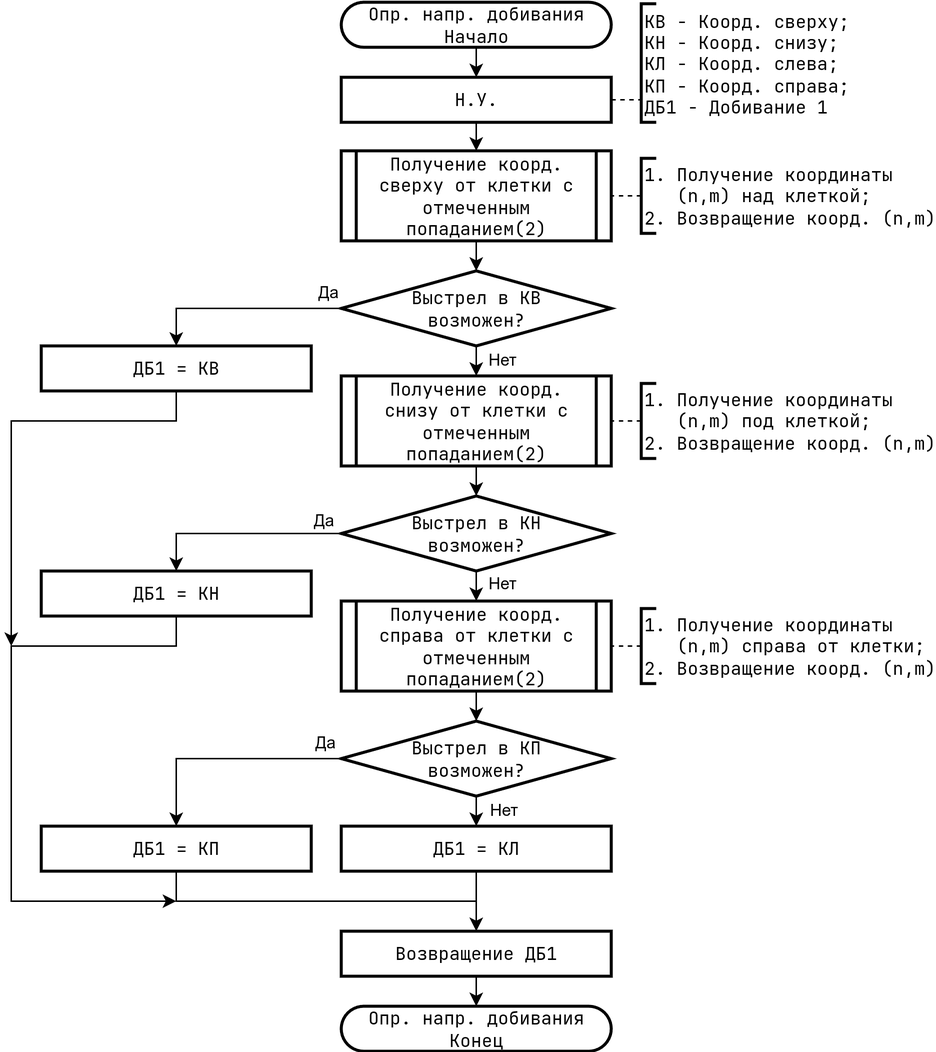
Above: labs/AutomataTheory/lab3/pics/flowchart_dob.png in smileyfaceskobochka/CompSci (draw.io), before the change. Source tidied: cells renumbered, new cells last; positions are measured from the earlier drawing's top-left corner, leaving out a move shared by most shapes.
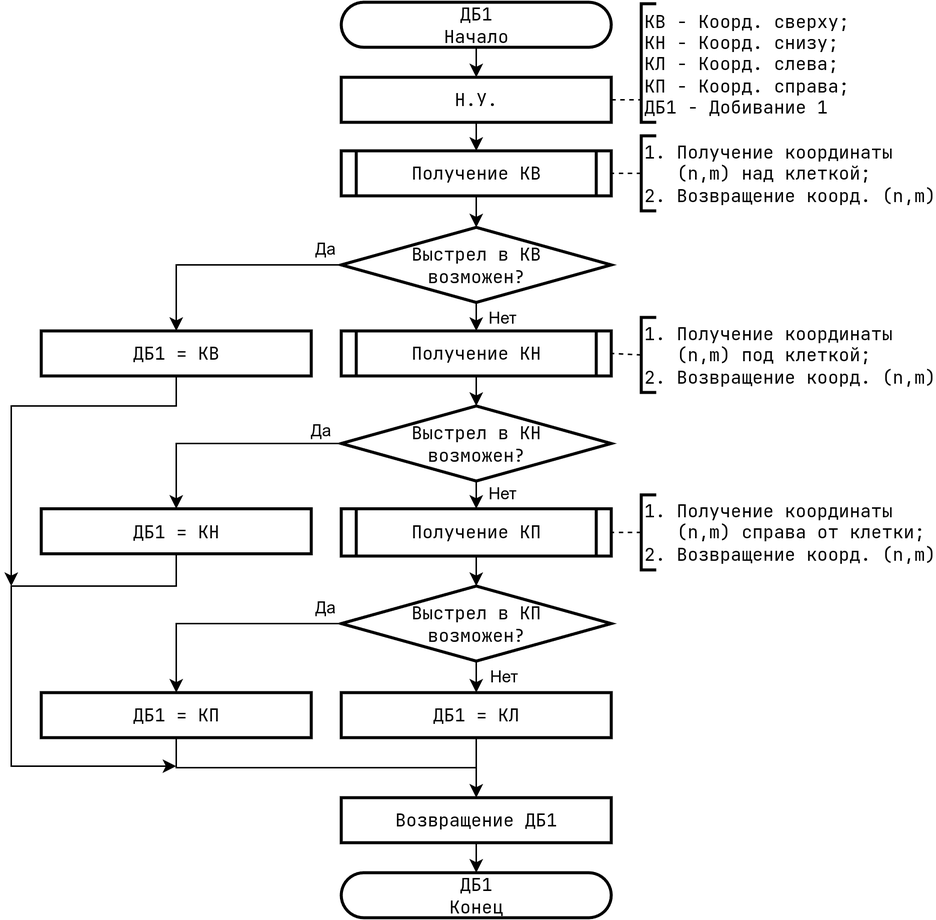
After the commit.

Change to the diagram source:
```diff
@@ -5,11 +5,11 @@
     <mxCell id="2" style="edgeStyle=orthogonalEdgeStyle;rounded=0;jettySize=auto;html=1;exitX=0.5;exitY=1;exitDx=0;exitDy=0;entryX=0.5;entryY=0;entryDx=0;entryDy=0;" parent="1" edge="1" source="3" target="6">
       <mxGeometry relative="1" as="geometry" />
     </mxCell>
-    <mxCell id="3" value="Опр. напр. добивания&lt;br&gt;Начало" style="rounded=1;whiteSpace=wrap;html=1;arcSize=50;fontFamily=JetBrainsMono Nerd Font;fontStyle=0;fontSize=12;strokeWidth=2;" parent="1" vertex="1">
+    <mxCell id="3" value="ДБ1&lt;br&gt;Начало" style="rounded=1;whiteSpace=wrap;html=1;arcSize=50;fontFamily=JetBrainsMono Nerd Font;fontStyle=0;fontSize=12;strokeWidth=2;" parent="1" vertex="1">
       <mxGeometry x="220" width="180" height="30" as="geometry" />
     </mxCell>
-    <mxCell id="4" value="Опр. напр. добивания&lt;br&gt;Конец" style="rounded=1;whiteSpace=wrap;html=1;arcSize=50;fontFamily=JetBrainsMono Nerd Font;fontStyle=0;fontSize=12;strokeWidth=2;" parent="1" vertex="1">
-      <mxGeometry x="220" y="669" width="180" height="30" as="geometry" />
+    <mxCell id="4" value="ДБ1&lt;br&gt;Конец" style="rounded=1;whiteSpace=wrap;html=1;arcSize=50;fontFamily=JetBrainsMono Nerd Font;fontStyle=0;fontSize=12;strokeWidth=2;" parent="1" vertex="1">
+      <mxGeometry x="220" y="580" width="180" height="30" as="geometry" />
     </mxCell>
     <mxCell id="5" style="edgeStyle=orthogonalEdgeStyle;rounded=0;jettySize=auto;html=1;exitX=0.5;exitY=1;exitDx=0;exitDy=0;entryX=0.5;entryY=0;entryDx=0;entryDy=0;" parent="1" edge="1" source="6" target="7">
       <mxGeometry relative="1" as="geometry" />
@@ -17,8 +17,8 @@
     <mxCell id="6" value="Н.У." style="rounded=0;whiteSpace=wrap;html=1;strokeWidth=2;fontFamily=JetBrainsMono Nerd Font;fontSize=12;" parent="1" vertex="1">
       <mxGeometry x="220" y="50" width="180" height="30" as="geometry" />
     </mxCell>
-    <mxCell id="7" value="Получение коорд. сверху от клетки с отмеченным попаданием(2)" style="shape=process;whiteSpace=wrap;html=1;backgroundOutline=1;strokeWidth=2;size=0.05555555555555555;fontSize=12;fontFamily=JetBrainsMono Nerd Font;" parent="1" vertex="1">
-      <mxGeometry x="220" y="99" width="180" height="60" as="geometry" />
+    <mxCell id="7" value="Получение КВ" style="shape=process;whiteSpace=wrap;html=1;backgroundOutline=1;strokeWidth=2;size=0.05555555555555555;fontSize=12;fontFamily=JetBrainsMono Nerd Font;" parent="1" vertex="1">
+      <mxGeometry x="220" y="99" width="180" height="30" as="geometry" />
     </mxCell>
     <mxCell id="8" style="edgeStyle=orthogonalEdgeStyle;rounded=0;jettySize=auto;html=1;exitX=0.5;exitY=1;exitDx=0;exitDy=0;exitPerimeter=0;entryX=0.5;entryY=0;entryDx=0;entryDy=0;" parent="1" edge="1" source="12" target="16">
       <mxGeometry relative="1" as="geometry" />
@@ -37,7 +37,7 @@
       </mxGeometry>
     </mxCell>
     <mxCell id="12" value="Выстрел в КВ&lt;br&gt;возможен?" style="strokeWidth=2;html=1;shape=mxgraph.flowchart.decision;whiteSpace=wrap;fontFamily=JetBrainsMono Nerd Font;fontSize=12;" parent="1" vertex="1">
-      <mxGeometry x="220" y="179" width="180" height="50" as="geometry" />
+      <mxGeometry x="220" y="150" width="180" height="50" as="geometry" />
     </mxCell>
     <mxCell id="13" value="КВ - Коорд. сверху;&lt;br&gt;КН - Коорд. снизу;&lt;br&gt;КЛ - Коорд. слева;&lt;br&gt;КП - Коорд. справа;&lt;br&gt;ДБ1 - Добивание 1" style="strokeWidth=2;html=1;shape=mxgraph.flowchart.annotation_1;align=left;fontFamily=JetBrainsMono Nerd Font;" parent="1" vertex="1">
       <mxGeometry x="420" y="1" width="10" height="79" as="geometry" />
@@ -48,8 +48,8 @@
     <mxCell id="15" style="edgeStyle=orthogonalEdgeStyle;rounded=0;jettySize=auto;html=1;exitX=0.5;exitY=1;exitDx=0;exitDy=0;entryX=0.5;entryY=0;entryDx=0;entryDy=0;entryPerimeter=0;" parent="1" edge="1" source="7" target="12">
       <mxGeometry relative="1" as="geometry" />
     </mxCell>
-    <mxCell id="16" value="Получение коорд. снизу от клетки с отмеченным попаданием(2)" style="shape=process;whiteSpace=wrap;html=1;backgroundOutline=1;strokeWidth=2;size=0.05555555555555555;fontSize=12;fontFamily=JetBrainsMono Nerd Font;" parent="1" vertex="1">
-      <mxGeometry x="220" y="249" width="180" height="60" as="geometry" />
+    <mxCell id="16" value="Получение КН" style="shape=process;whiteSpace=wrap;html=1;backgroundOutline=1;strokeWidth=2;size=0.05555555555555555;fontSize=12;fontFamily=JetBrainsMono Nerd Font;" parent="1" vertex="1">
+      <mxGeometry x="220" y="219" width="180" height="30" as="geometry" />
     </mxCell>
     <mxCell id="17" style="edgeStyle=orthogonalEdgeStyle;rounded=0;jettySize=auto;html=1;exitX=0.5;exitY=1;exitDx=0;exitDy=0;exitPerimeter=0;entryX=0.5;entryY=0;entryDx=0;entryDy=0;" parent="1" edge="1" source="21" target="23">
       <mxGeometry relative="1" as="geometry" />
@@ -68,13 +68,13 @@
       </mxGeometry>
     </mxCell>
     <mxCell id="21" value="Выстрел в КН&lt;br&gt;возможен?" style="strokeWidth=2;html=1;shape=mxgraph.flowchart.decision;whiteSpace=wrap;fontFamily=JetBrainsMono Nerd Font;fontSize=12;" parent="1" vertex="1">
-      <mxGeometry x="220" y="329" width="180" height="50" as="geometry" />
+      <mxGeometry x="220" y="269" width="180" height="50" as="geometry" />
     </mxCell>
     <mxCell id="22" style="edgeStyle=orthogonalEdgeStyle;rounded=0;jettySize=auto;html=1;exitX=0.5;exitY=1;exitDx=0;exitDy=0;entryX=0.5;entryY=0;entryDx=0;entryDy=0;entryPerimeter=0;" parent="1" edge="1" source="16" target="21">
       <mxGeometry relative="1" as="geometry" />
     </mxCell>
-    <mxCell id="23" value="Получение коорд. справа от клетки с отмеченным попаданием(2)" style="shape=process;whiteSpace=wrap;html=1;backgroundOutline=1;strokeWidth=2;size=0.05555555555555555;fontSize=12;fontFamily=JetBrainsMono Nerd Font;" parent="1" vertex="1">
-      <mxGeometry x="220" y="399" width="180" height="60" as="geometry" />
+    <mxCell id="23" value="Получение КП" style="shape=process;whiteSpace=wrap;html=1;backgroundOutline=1;strokeWidth=2;size=0.05555555555555555;fontSize=12;fontFamily=JetBrainsMono Nerd Font;" parent="1" vertex="1">
+      <mxGeometry x="220" y="337.5" width="180" height="31.5" as="geometry" />
     </mxCell>
     <mxCell id="24" style="edgeStyle=orthogonalEdgeStyle;rounded=0;jettySize=auto;html=1;exitX=0.5;exitY=1;exitDx=0;exitDy=0;exitPerimeter=0;entryX=0.5;entryY=0;entryDx=0;entryDy=0;" parent="1" edge="1" source="28" target="31">
       <mxGeometry relative="1" as="geometry" />
@@ -93,7 +93,7 @@
       </mxGeometry>
     </mxCell>
     <mxCell id="28" value="Выстрел в КП&lt;br&gt;возможен?" style="strokeWidth=2;html=1;shape=mxgraph.flowchart.decision;whiteSpace=wrap;fontFamily=JetBrainsMono Nerd Font;fontSize=12;" parent="1" vertex="1">
-      <mxGeometry x="220" y="479" width="180" height="50" as="geometry" />
+      <mxGeometry x="220" y="389" width="180" height="50" as="geometry" />
     </mxCell>
     <mxCell id="29" style="edgeStyle=orthogonalEdgeStyle;rounded=0;jettySize=auto;html=1;exitX=0.5;exitY=1;exitDx=0;exitDy=0;entryX=0.5;entryY=0;entryDx=0;entryDy=0;entryPerimeter=0;" parent="1" edge="1" source="23" target="28">
       <mxGeometry relative="1" as="geometry" />
@@ -102,67 +102,67 @@
       <mxGeometry relative="1" as="geometry" />
     </mxCell>
     <mxCell id="31" value="ДБ1 = КЛ" style="rounded=0;whiteSpace=wrap;html=1;strokeWidth=2;fontFamily=JetBrainsMono Nerd Font;fontSize=12;" parent="1" vertex="1">
-      <mxGeometry x="220" y="549" width="180" height="30" as="geometry" />
+      <mxGeometry x="220" y="460" width="180" height="30" as="geometry" />
     </mxCell>
     <mxCell id="32" style="edgeStyle=orthogonalEdgeStyle;rounded=0;jettySize=auto;html=1;exitX=0.5;exitY=1;exitDx=0;exitDy=0;entryX=0.5;entryY=0;entryDx=0;entryDy=0;" parent="1" edge="1" source="33" target="4">
       <mxGeometry relative="1" as="geometry" />
     </mxCell>
     <mxCell id="33" value="Возвращение ДБ1" style="rounded=0;whiteSpace=wrap;html=1;strokeWidth=2;fontFamily=JetBrainsMono Nerd Font;fontSize=12;" parent="1" vertex="1">
-      <mxGeometry x="220" y="619" width="180" height="30" as="geometry" />
+      <mxGeometry x="220" y="530" width="180" height="30" as="geometry" />
     </mxCell>
     <mxCell id="34" style="edgeStyle=orthogonalEdgeStyle;rounded=0;jettySize=auto;html=1;exitX=0.5;exitY=1;exitDx=0;exitDy=0;" parent="1" edge="1" source="35">
       <mxGeometry relative="1" as="geometry">
-        <mxPoint y="429" as="targetPoint" />
+        <mxPoint y="389" as="targetPoint" />
         <Array as="points">
-          <mxPoint x="110" y="279" />
-          <mxPoint y="279" />
+          <mxPoint x="110" y="269" />
+          <mxPoint y="269" />
         </Array>
       </mxGeometry>
     </mxCell>
     <mxCell id="35" value="ДБ1 = КВ" style="rounded=0;whiteSpace=wrap;html=1;strokeWidth=2;fontFamily=JetBrainsMono Nerd Font;fontSize=12;" parent="1" vertex="1">
-      <mxGeometry x="20" y="229" width="180" height="30" as="geometry" />
+      <mxGeometry x="20" y="219" width="180" height="30" as="geometry" />
     </mxCell>
     <mxCell id="36" style="edgeStyle=orthogonalEdgeStyle;rounded=0;jettySize=auto;html=1;exitX=0.5;exitY=1;exitDx=0;exitDy=0;" parent="1" edge="1" source="37">
       <mxGeometry relative="1" as="geometry">
-        <mxPoint x="110" y="599" as="targetPoint" />
+        <mxPoint x="110" y="509" as="targetPoint" />
         <Array as="points">
-          <mxPoint x="110" y="429" />
-          <mxPoint y="429" />
-          <mxPoint y="599" />
+          <mxPoint x="110" y="389" />
+          <mxPoint y="389" />
+          <mxPoint y="509" />
         </Array>
       </mxGeometry>
     </mxCell>
     <mxCell id="37" value="ДБ1 = КН" style="rounded=0;whiteSpace=wrap;html=1;strokeWidth=2;fontFamily=JetBrainsMono Nerd Font;fontSize=12;" parent="1" vertex="1">
-      <mxGeometry x="20" y="379" width="180" height="30" as="geometry" />
+      <mxGeometry x="20" y="337.5" width="180" height="30" as="geometry" />
     </mxCell>
     <mxCell id="38" style="edgeStyle=orthogonalEdgeStyle;rounded=0;jettySize=auto;html=1;exitX=0.5;exitY=1;exitDx=0;exitDy=0;entryX=0.5;entryY=0;entryDx=0;entryDy=0;" parent="1" edge="1" source="39" target="33">
       <mxGeometry relative="1" as="geometry">
         <Array as="points">
-          <mxPoint x="110" y="599" />
-          <mxPoint x="310" y="599" />
+          <mxPoint x="110" y="510" />
+          <mxPoint x="310" y="510" />
         </Array>
       </mxGeometry>
     </mxCell>
     <mxCell id="39" value="ДБ1 = КП" style="rounded=0;whiteSpace=wrap;html=1;strokeWidth=2;fontFamily=JetBrainsMono Nerd Font;fontSize=12;" parent="1" vertex="1">
-      <mxGeometry x="20" y="549" width="180" height="30" as="geometry" />
+      <mxGeometry x="20" y="460" width="180" height="30" as="geometry" />
     </mxCell>
     <mxCell id="40" style="rounded=0;jettySize=auto;html=1;exitX=0;exitY=0.5;exitDx=0;exitDy=0;exitPerimeter=0;entryX=1;entryY=0.5;entryDx=0;entryDy=0;dashed=1;endArrow=none;endFill=0;" parent="1" edge="1" source="41" target="7">
       <mxGeometry relative="1" as="geometry" />
     </mxCell>
     <mxCell id="41" value="1. Получение координаты &lt;br&gt;&amp;nbsp; &amp;nbsp;(n,m) над клеткой;&lt;br&gt;2. Возвращение коорд. (n,m)" style="strokeWidth=2;html=1;shape=mxgraph.flowchart.annotation_1;align=left;fontFamily=JetBrainsMono Nerd Font;" parent="1" vertex="1">
-      <mxGeometry x="420" y="104" width="10" height="50" as="geometry" />
+      <mxGeometry x="420" y="89" width="10" height="50" as="geometry" />
     </mxCell>
     <mxCell id="42" style="rounded=0;jettySize=auto;html=1;exitX=0;exitY=0.5;exitDx=0;exitDy=0;exitPerimeter=0;entryX=1;entryY=0.5;entryDx=0;entryDy=0;dashed=1;endArrow=none;endFill=0;" parent="1" edge="1" source="43" target="16">
       <mxGeometry relative="1" as="geometry" />
     </mxCell>
     <mxCell id="43" value="1. Получение координаты &lt;br&gt;&amp;nbsp; &amp;nbsp;(n,m) под клеткой;&lt;br&gt;2. Возвращение коорд. (n,m)" style="strokeWidth=2;html=1;shape=mxgraph.flowchart.annotation_1;align=left;fontFamily=JetBrainsMono Nerd Font;" parent="1" vertex="1">
-      <mxGeometry x="420" y="254" width="10" height="50" as="geometry" />
+      <mxGeometry x="420" y="210" width="10" height="50" as="geometry" />
     </mxCell>
     <mxCell id="44" style="rounded=0;jettySize=auto;html=1;exitX=0;exitY=0.5;exitDx=0;exitDy=0;exitPerimeter=0;entryX=1;entryY=0.5;entryDx=0;entryDy=0;dashed=1;endArrow=none;endFill=0;" parent="1" edge="1" source="45" target="23">
       <mxGeometry relative="1" as="geometry" />
     </mxCell>
     <mxCell id="45" value="1. Получение координаты &lt;br&gt;&amp;nbsp; &amp;nbsp;(n,m) справа от клетки;&lt;br&gt;2. Возвращение коорд. (n,m)" style="strokeWidth=2;html=1;shape=mxgraph.flowchart.annotation_1;align=left;fontFamily=JetBrainsMono Nerd Font;" parent="1" vertex="1">
-      <mxGeometry x="420" y="404" width="10" height="50" as="geometry" />
+      <mxGeometry x="420" y="328.2" width="10" height="50" as="geometry" />
     </mxCell>
   </root>
 </mxGraphModel>
```
